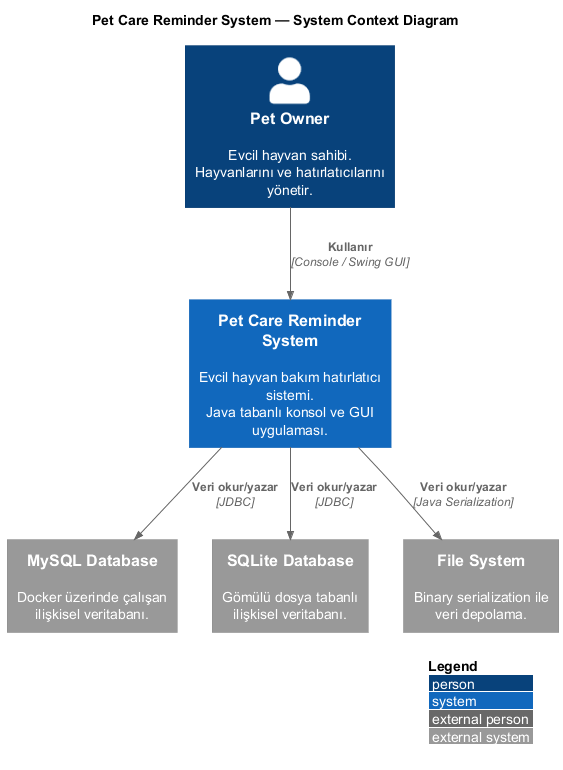
Earlier version of the PlantUML export design/c4/C4_Context.png (SecureCypher/cen-206-38-mehdi-karagulle-java).
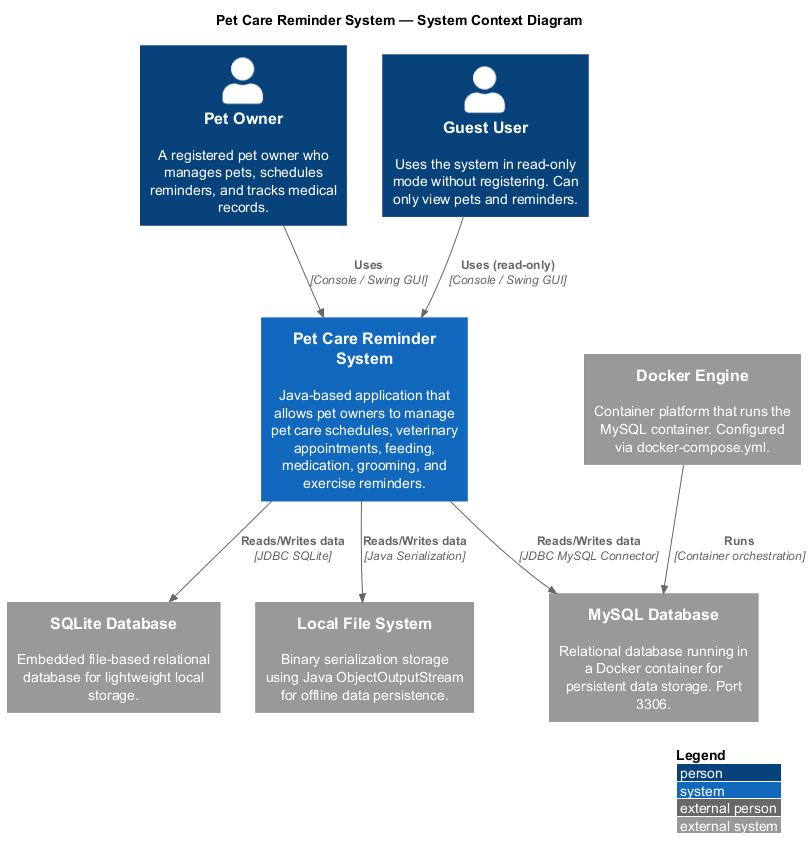
After the commit.

What changed in the source:
```diff
@@ -5,19 +5,25 @@
 
 title Pet Care Reminder System — System Context Diagram
 
-Person(user, "Pet Owner", "Evcil hayvan sahibi.\nHayvanlarını ve hatırlatıcılarını yönetir.")
+Person(user, "Pet Owner", "A registered pet owner who manages pets, schedules reminders, and tracks medical records.")
 
-System(petreminder, "Pet Care Reminder System", "Evcil hayvan bakım hatırlatıcı sistemi.\nJava tabanlı konsol ve GUI uygulaması.")
+Person(guest, "Guest User", "Uses the system in read-only mode without registering. Can only view pets and reminders.")
 
-System_Ext(mysql, "MySQL Database", "Docker üzerinde çalışan\nilişkisel veritabanı.")
+System(petreminder, "Pet Care Reminder System", "Java-based application that allows pet owners to manage pet care schedules, veterinary appointments, feeding, medication, grooming, and exercise reminders.")
 
-System_Ext(sqlite, "SQLite Database", "Gömülü dosya tabanlı\nilişkisel veritabanı.")
+System_Ext(mysql, "MySQL Database", "Relational database running in a Docker container for persistent data storage. Port 3306.")
 
-System_Ext(filesystem, "File System", "Binary serialization ile\nveri depolama.")
+System_Ext(sqlite, "SQLite Database", "Embedded file-based relational database for lightweight local storage.")
 
-Rel(user, petreminder, "Kullanır", "Console / Swing GUI")
-Rel(petreminder, mysql, "Veri okur/yazar", "JDBC")
-Rel(petreminder, sqlite, "Veri okur/yazar", "JDBC")
-Rel(petreminder, filesystem, "Veri okur/yazar", "Java Serialization")
+System_Ext(filesystem, "Local File System", "Binary serialization storage using Java ObjectOutputStream for offline data persistence.")
+
+System_Ext(docker, "Docker Engine", "Container platform that runs the MySQL container. Configured via docker-compose.yml.")
+
+Rel(user, petreminder, "Uses", "Console / Swing GUI")
+Rel(guest, petreminder, "Uses (read-only)", "Console / Swing GUI")
+Rel(petreminder, mysql, "Reads/Writes data", "JDBC MySQL Connector")
+Rel(petreminder, sqlite, "Reads/Writes data", "JDBC SQLite")
+Rel(petreminder, filesystem, "Reads/Writes data", "Java Serialization")
+Rel(docker, mysql, "Runs", "Container orchestration")
 
 @enduml
```
